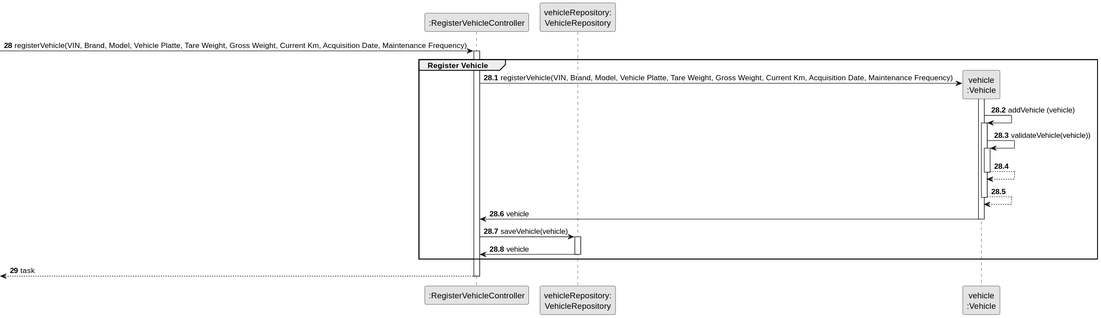
The PlantUML diagram docs/sprintB/us006/03.design/svg/us006-sequence-diagram-partial-register-vehicle.svg in ricardomm7/leaflink, before a commit.
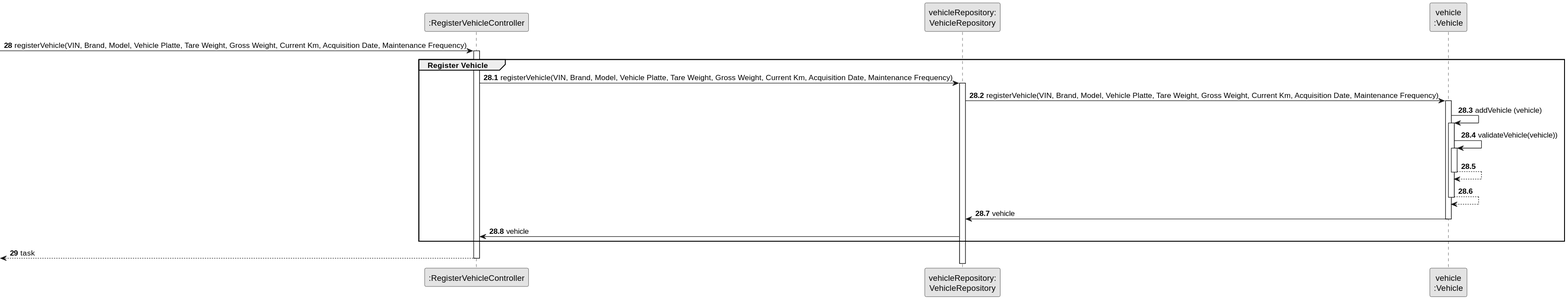
The same diagram one commit later.

The edit, as a diff of the source:
```diff
@@ -14,29 +14,28 @@
 activate CTRL
     group Register Vehicle
 
-          CTRL -> VEI**: registerVehicle(VIN, Brand, Model, Vehicle Platte, Tare Weight, Gross Weight, Current Km, Acquisition Date, Maintenance Frequency)
-          activate VEI
+          CTRL -> VehicleRepository : registerVehicle(VIN, Brand, Model, Vehicle Platte, Tare Weight, Gross Weight, Current Km, Acquisition Date, Maintenance Frequency)
+                      activate VehicleRepository
 
-            VEI -> VEI: addVehicle (vehicle)
-            activate VEI
+                          VehicleRepository -> VEI: registerVehicle(VIN, Brand, Model, Vehicle Platte, Tare Weight, Gross Weight, Current Km, Acquisition Date, Maintenance Frequency)
+                          activate VEI
 
-                VEI -> VEI: validateVehicle(vehicle))
-                activate VEI
+                              VEI -> VEI: addVehicle (vehicle)
+                              activate VEI
 
-                VEI --> VEI
-                deactivate VEI
+                              VEI -> VEI: validateVehicle(vehicle))
+                              activate VEI
 
-                VEI --> VEI
-                deactivate VEI
+                              VEI --> VEI
+                              deactivate VEI
 
-            VEI -> CTRL: vehicle
-            deactivate VEI
+                              VEI --> VEI
+                              deactivate VEI
 
-            CTRL -> VehicleRepository : saveVehicle(vehicle)
-            activate VehicleRepository
+                          VEI -> VehicleRepository: vehicle
+                          deactivate VEI
 
-          VehicleRepository -> CTRL: vehicle
-          deactivate VehicleRepository
+                      VehicleRepository -> CTRL: vehicle
 
     end
 
```
